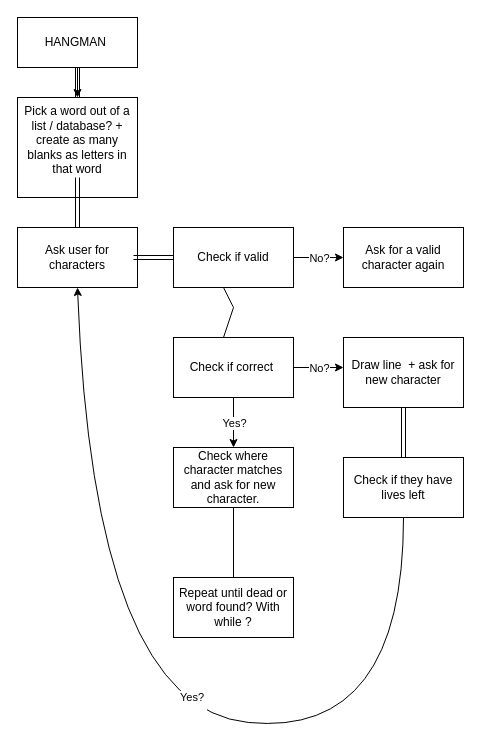
This is Untitled Diagram.drawio from AtoMTigerr/sql-portfolio, a draw.io file, before an edit. Source tidied: cells renumbered, new cells numbered last; positions are measured from the earlier drawing's top-left corner, leaving out a move shared by most shapes. Both pictures are drawn from the tidied source at 100%, with x=0, y=0 at pixel (17, 17).
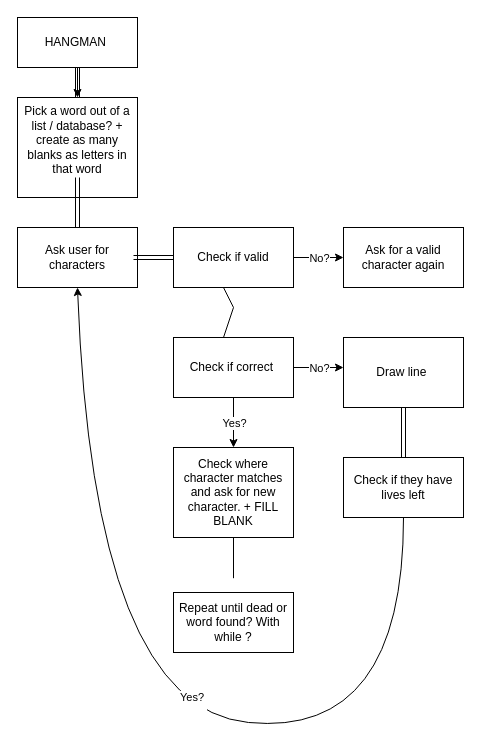
The same diagram, later.

Change to the diagram source:
```diff
@@
-    <mxCell id="15" value="Draw line &amp;nbsp;+ ask for new character" style="rounded=0;whiteSpace=wrap;html=1;" parent="1" vertex="1">
+    <mxCell id="15" value="Draw line&amp;nbsp;" style="rounded=0;whiteSpace=wrap;html=1;" parent="1" vertex="1">
       <mxGeometry x="326" y="320" width="120" height="70" as="geometry" />
     </mxCell>
@@
-    <mxCell id="18" value="Check where character matches and ask for new character." style="rounded=0;whiteSpace=wrap;html=1;" parent="1" vertex="1">
-      <mxGeometry x="156" y="430" width="120" height="60" as="geometry" />
+    <mxCell id="18" value="Check where character matches and ask for new character. + FILL BLANK" style="rounded=0;whiteSpace=wrap;html=1;" parent="1" vertex="1">
+      <mxGeometry x="156" y="430" width="120" height="90" as="geometry" />
     </mxCell>
@@
     <mxCell id="22" value="Repeat until dead or word found? With while ?" style="rounded=0;whiteSpace=wrap;html=1;" parent="1" vertex="1">
-      <mxGeometry x="156" y="560" width="120" height="60" as="geometry" />
+      <mxGeometry x="156" y="575" width="120" height="60" as="geometry" />
     </mxCell>
```
